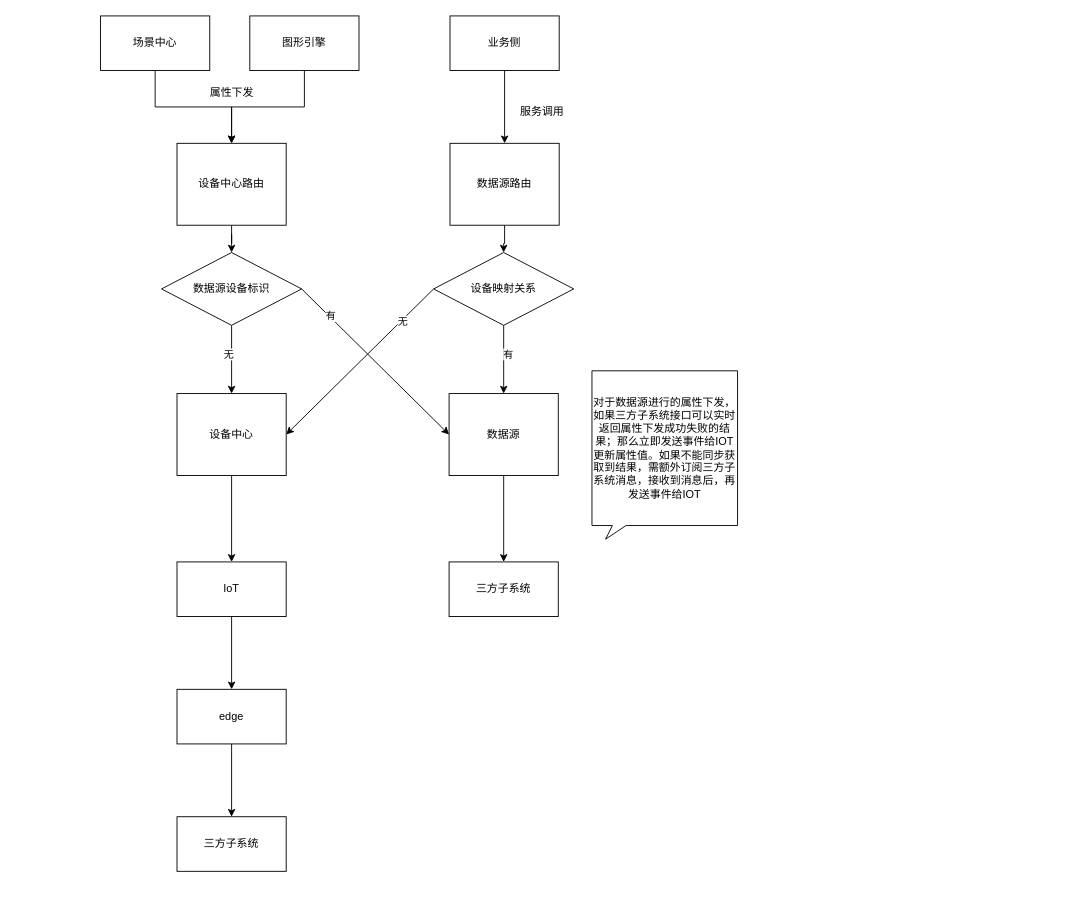
Before: 未命名绘图.drawio in 876192453/draw, a draw.io diagram. Source tidied: cells renumbered, new cells numbered last; positions are measured from the earlier drawing's top-left corner, leaving out a move shared by most shapes. Both pictures are drawn from the tidied source at 91%, with x=0, y=0 at pixel (100, 15).
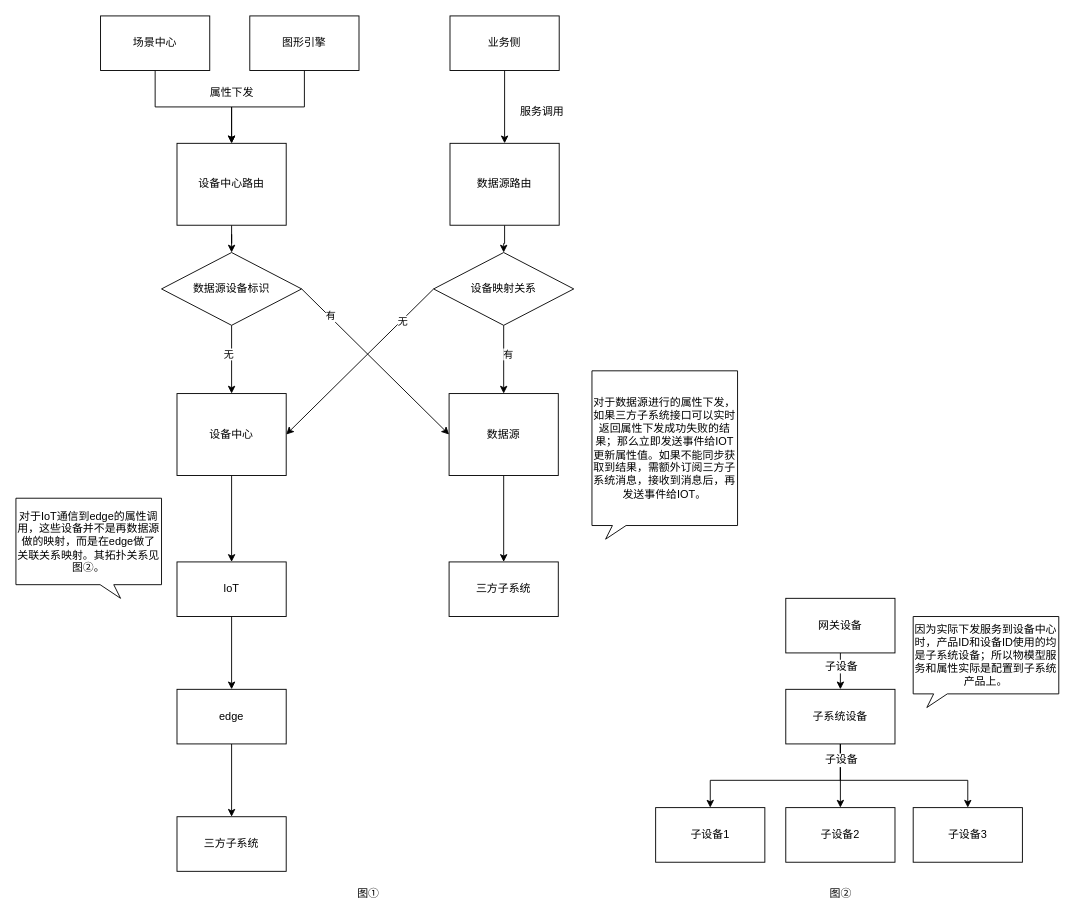
The same page after the edit.

Change to the diagram source:
```diff
@@
-    <mxCell id="34" value="对于数据源进行的属性下发，如果三方子系统接口可以实时返回属性下发成功失败的结果；那么立即发送事件给IOT更新属性值。如果不能同步获取到结果，需额外订阅三方子系统消息，接收到消息后，再发送事件给IOT" style="whiteSpace=wrap;html=1;shape=mxgraph.basic.rectCallout;dx=30;dy=15;boundedLbl=1;" parent="1" vertex="1">
+    <mxCell id="34" value="对于数据源进行的属性下发，如果三方子系统接口可以实时返回属性下发成功失败的结果；那么立即发送事件给IOT更新属性值。如果不能同步获取到结果，需额外订阅三方子系统消息，接收到消息后，再发送事件给IOT。" style="whiteSpace=wrap;html=1;shape=mxgraph.basic.rectCallout;dx=30;dy=15;boundedLbl=1;" parent="1" vertex="1">
       <mxGeometry x="540" y="390" width="160" height="185" as="geometry" />
     </mxCell>
+    <mxCell id="35" value="对于IoT通信到edge的属性调用，这些设备并不是再数据源做的映射，而是在edge做了关联关系映射。其拓扑关系见图②。" style="whiteSpace=wrap;html=1;shape=mxgraph.basic.rectCallout;dx=60;dy=15;boundedLbl=1;rotation=0;verticalAlign=middle;flipV=0;flipH=1;" parent="1" vertex="1">
+      <mxGeometry x="-93" y="530" width="160" height="110" as="geometry" />
+    </mxCell>
+    <mxCell id="36" value="图②" style="text;html=1;align=center;verticalAlign=middle;strokeColor=none;fillColor=none;fontFamily=Helvetica;fontSize=12;fontColor=default;" parent="1" vertex="1">
+      <mxGeometry x="788" y="950" width="50" height="30" as="geometry" />
+    </mxCell>
+    <mxCell id="37" value="图①" style="text;html=1;align=center;verticalAlign=middle;strokeColor=none;fillColor=none;fontFamily=Helvetica;fontSize=12;fontColor=default;" parent="1" vertex="1">
+      <mxGeometry x="269" y="950" width="50" height="30" as="geometry" />
+    </mxCell>
+    <mxCell id="38" style="edgeStyle=orthogonalEdgeStyle;rounded=0;jettySize=auto;html=1;fontFamily=Helvetica;fontSize=12;fontColor=default;" parent="1" edge="1" source="40" target="48">
+      <mxGeometry relative="1" as="geometry" />
+    </mxCell>
+    <mxCell id="39" value="子设备" style="edgeLabel;html=1;align=center;verticalAlign=middle;strokeColor=default;fontFamily=Helvetica;fontSize=12;fontColor=default;fillColor=default;" parent="38" vertex="1">
+      <mxGeometry x="-0.31" relative="1" as="geometry" />
+    </mxCell>
+    <mxCell id="40" value="网关设备" style="rounded=0;whiteSpace=wrap;html=1;strokeColor=default;align=center;verticalAlign=middle;fontFamily=Helvetica;fontSize=12;fontColor=default;fillColor=default;" parent="1" vertex="1">
+      <mxGeometry x="753" y="640" width="120" height="60" as="geometry" />
+    </mxCell>
+    <mxCell id="41" value="子设备3" style="rounded=0;whiteSpace=wrap;html=1;strokeColor=default;align=center;verticalAlign=middle;fontFamily=Helvetica;fontSize=12;fontColor=default;fillColor=default;" parent="1" vertex="1">
+      <mxGeometry x="893" y="870" width="120" height="60" as="geometry" />
+    </mxCell>
+    <mxCell id="42" value="子设备2" style="rounded=0;whiteSpace=wrap;html=1;strokeColor=default;align=center;verticalAlign=middle;fontFamily=Helvetica;fontSize=12;fontColor=default;fillColor=default;" parent="1" vertex="1">
+      <mxGeometry x="753" y="870" width="120" height="60" as="geometry" />
+    </mxCell>
+    <mxCell id="43" value="子设备1" style="rounded=0;whiteSpace=wrap;html=1;strokeColor=default;align=center;verticalAlign=middle;fontFamily=Helvetica;fontSize=12;fontColor=default;fillColor=default;" parent="1" vertex="1">
+      <mxGeometry x="610" y="870" width="120" height="60" as="geometry" />
+    </mxCell>
+    <mxCell id="44" style="edgeStyle=orthogonalEdgeStyle;rounded=0;jettySize=auto;html=1;fontFamily=Helvetica;fontSize=12;fontColor=default;entryX=0.5;entryY=0;entryDx=0;entryDy=0;" parent="1" edge="1" source="48" target="43">
+      <mxGeometry relative="1" as="geometry">
+        <Array as="points">
+          <mxPoint x="813" y="840" />
+          <mxPoint x="670" y="840" />
+        </Array>
+      </mxGeometry>
+    </mxCell>
+    <mxCell id="45" style="edgeStyle=orthogonalEdgeStyle;rounded=0;jettySize=auto;html=1;fontFamily=Helvetica;fontSize=12;fontColor=default;entryX=0.5;entryY=0;entryDx=0;entryDy=0;" parent="1" edge="1" source="48" target="41">
+      <mxGeometry relative="1" as="geometry">
+        <Array as="points">
+          <mxPoint x="813" y="840" />
+          <mxPoint x="953" y="840" />
+        </Array>
+      </mxGeometry>
+    </mxCell>
+    <mxCell id="46" style="edgeStyle=orthogonalEdgeStyle;rounded=0;jettySize=auto;html=1;fontFamily=Helvetica;fontSize=12;fontColor=default;" parent="1" edge="1" source="48" target="42">
+      <mxGeometry relative="1" as="geometry" />
+    </mxCell>
+    <mxCell id="47" value="子设备" style="edgeLabel;html=1;align=center;verticalAlign=middle;strokeColor=default;fontFamily=Helvetica;fontSize=12;fontColor=default;fillColor=default;" parent="46" vertex="1">
+      <mxGeometry x="-0.51" relative="1" as="geometry" />
+    </mxCell>
+    <mxCell id="48" value="子系统设备" style="rounded=0;whiteSpace=wrap;html=1;strokeColor=default;align=center;verticalAlign=middle;fontFamily=Helvetica;fontSize=12;fontColor=default;fillColor=default;" parent="1" vertex="1">
+      <mxGeometry x="753" y="740" width="120" height="60" as="geometry" />
+    </mxCell>
+    <mxCell id="49" value="因为实际下发服务到设备中心时，产品ID和设备ID使用的均是子系统设备；所以物模型服务和属性实际是配置到子系统产品上。" style="whiteSpace=wrap;html=1;shape=mxgraph.basic.rectCallout;dx=30;dy=15;boundedLbl=1;" parent="1" vertex="1">
+      <mxGeometry x="893" y="660" width="160" height="100" as="geometry" />
+    </mxCell>
```
